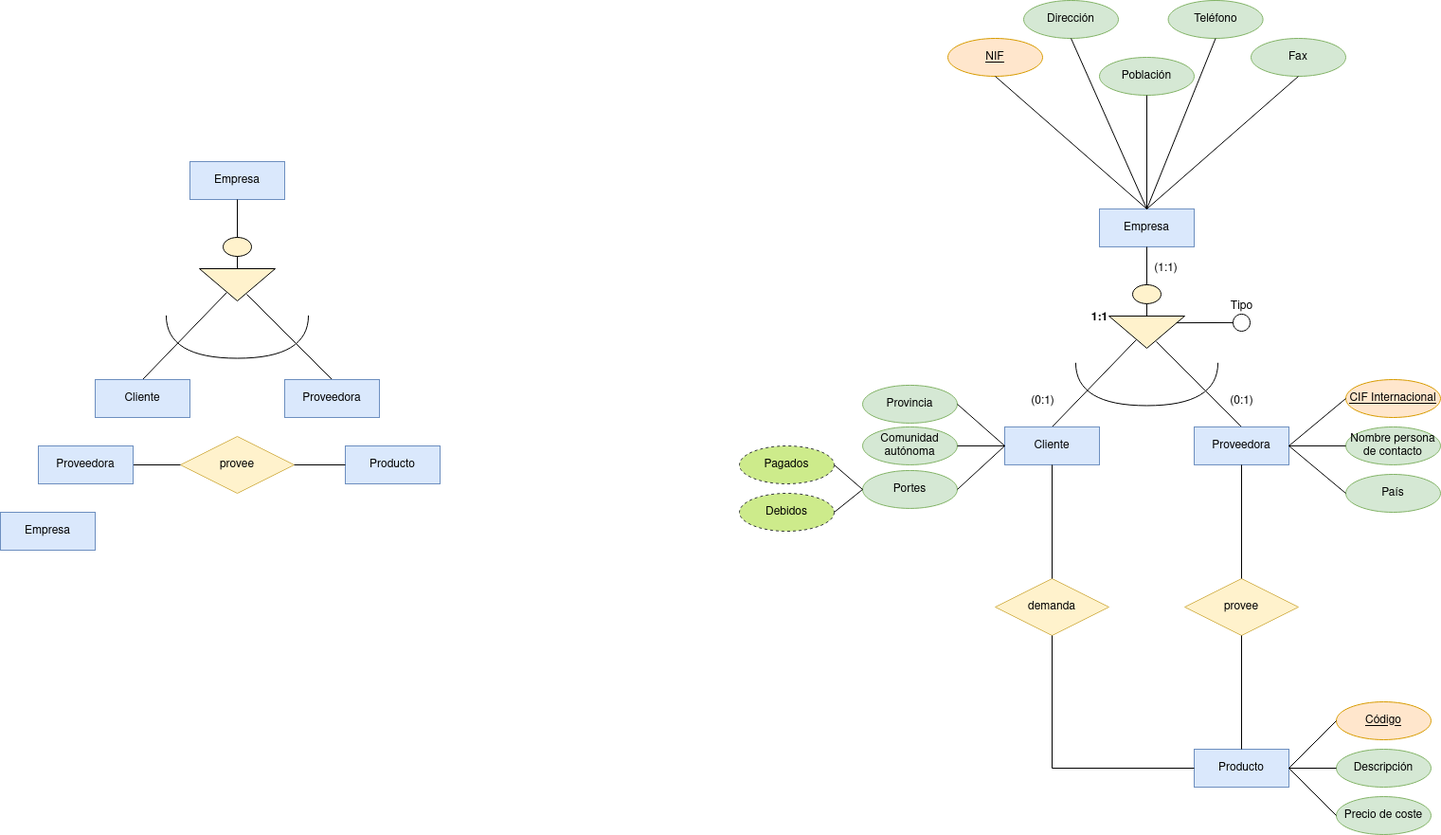
Earlier version of the draw.io export Unidad-1/Tareas/Tarea_Entregable-4/Diagrama Tarea Entregable 4.drawio.png (RafaelMayor/base-datos). Source tidied: cells renumbered, new cells last; positions are measured from the earlier drawing's top-left corner, leaving out a move shared by most shapes.
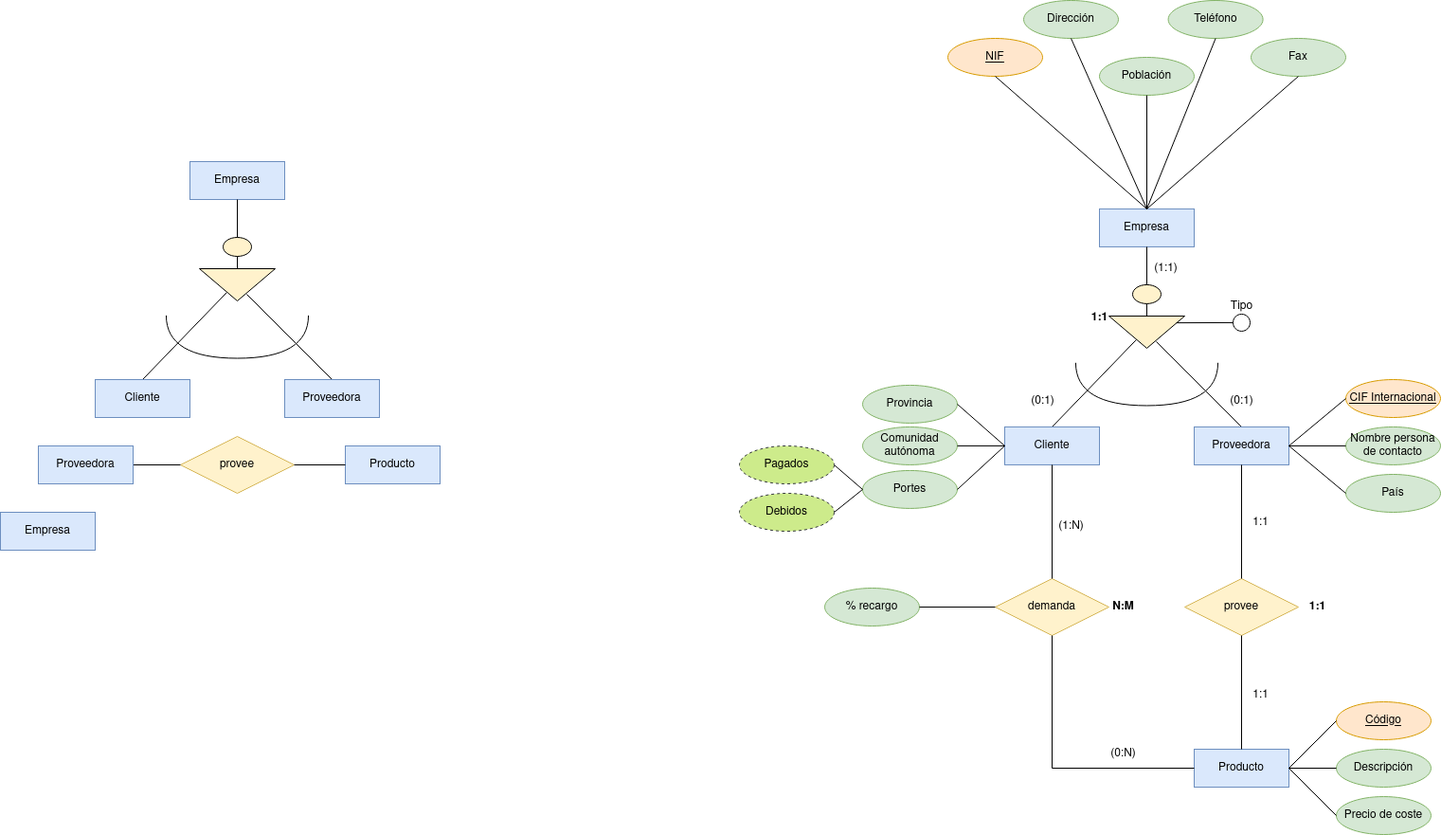
Above is the later version.

Change to the diagram source:
```diff
@@ -222,5 +222,29 @@
     <mxCell id="73" value="Tipo" style="text;html=1;align=center;verticalAlign=middle;strokeColor=none;fillColor=none;" parent="1" vertex="1">
       <mxGeometry x="1285" y="308" width="50" height="30" as="geometry" />
     </mxCell>
+    <mxCell id="74" value="1:1" style="text;html=1;align=center;verticalAlign=middle;strokeColor=none;fillColor=none;" parent="1" vertex="1">
+      <mxGeometry x="1310" y="718" width="40" height="30" as="geometry" />
+    </mxCell>
+    <mxCell id="75" value="1:1" style="text;html=1;align=center;verticalAlign=middle;strokeColor=none;fillColor=none;" parent="1" vertex="1">
+      <mxGeometry x="1310" y="535.9" width="40" height="30" as="geometry" />
+    </mxCell>
+    <mxCell id="76" value="&lt;b&gt;1:1&lt;/b&gt;" style="text;html=1;align=center;verticalAlign=middle;strokeColor=none;fillColor=none;" parent="1" vertex="1">
+      <mxGeometry x="1370" y="625" width="40" height="30" as="geometry" />
+    </mxCell>
+    <mxCell id="77" value="% recargo" style="ellipse;whiteSpace=wrap;html=1;align=center;fillColor=#d5e8d4;strokeColor=#82b366;" parent="1" vertex="1">
+      <mxGeometry x="870" y="620" width="100" height="40" as="geometry" />
+    </mxCell>
+    <mxCell id="78" style="endArrow=none;html=1;rounded=0;entryX=0;entryY=0.5;entryDx=0;entryDy=0;exitX=1;exitY=0.5;exitDx=0;exitDy=0;" parent="1" edge="1" source="77" target="64">
+      <mxGeometry relative="1" as="geometry" />
+    </mxCell>
+    <mxCell id="79" value="(0:N)" style="text;html=1;align=center;verticalAlign=middle;strokeColor=none;fillColor=none;" parent="1" vertex="1">
+      <mxGeometry x="1160" y="780" width="50" height="30" as="geometry" />
+    </mxCell>
+    <mxCell id="80" value="(1:N)" style="text;html=1;align=center;verticalAlign=middle;strokeColor=none;fillColor=none;" parent="1" vertex="1">
+      <mxGeometry x="1105" y="540" width="50" height="30" as="geometry" />
+    </mxCell>
+    <mxCell id="81" value="&lt;b&gt;N:M&lt;/b&gt;" style="text;html=1;align=center;verticalAlign=middle;strokeColor=none;fillColor=none;" parent="1" vertex="1">
+      <mxGeometry x="1160" y="625" width="50" height="30" as="geometry" />
+    </mxCell>
   </root>
 </mxGraphModel>
```
